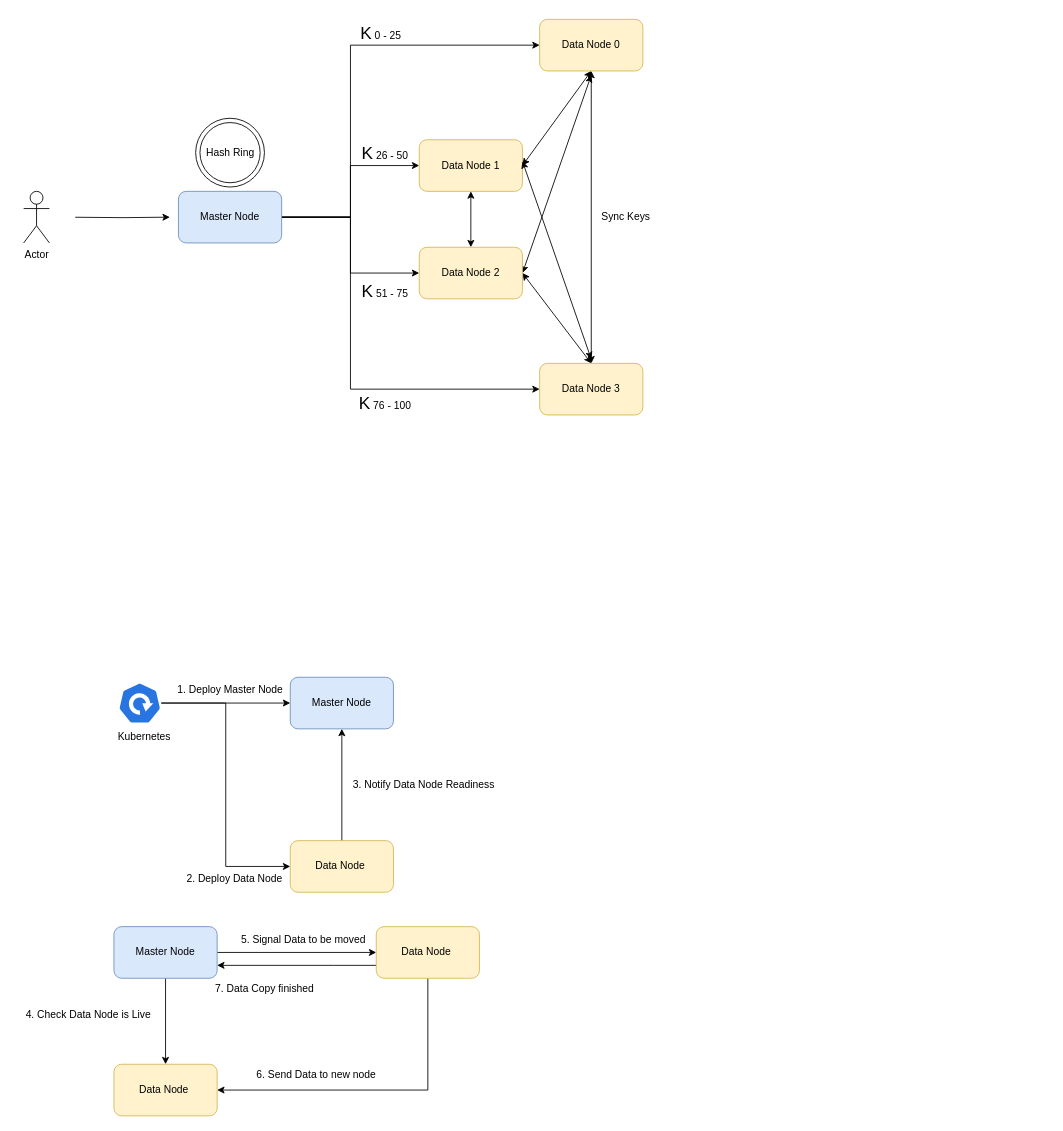
The draw.io diagram architecture/Master-Node.drawio in SouravDas25/distributed-cache, before the edit. Source tidied: cells renumbered, new cells numbered last; positions are measured from the earlier drawing's top-left corner, leaving out a move shared by most shapes. Both pictures are drawn from the tidied source at 86%, with x=0, y=0 at pixel (15, 15).
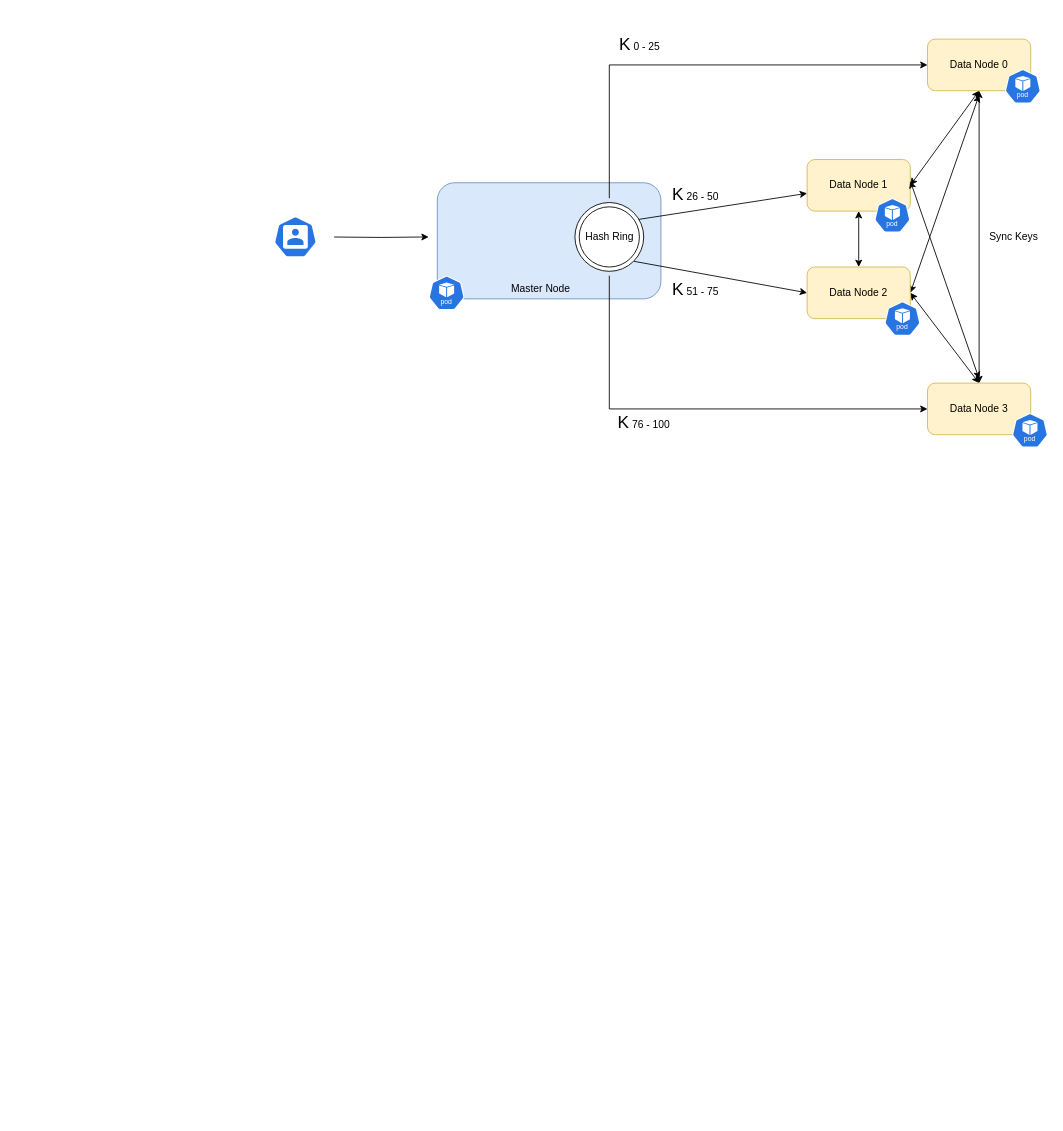
After the change.

Diff of the diagram source:
```diff
@@
-    <mxCell id="2" style="edgeStyle=orthogonalEdgeStyle;rounded=0;jettySize=auto;html=1;entryX=0;entryY=0.5;entryDx=0;entryDy=0;" parent="1" edge="1" source="6" target="9">
-      <mxGeometry relative="1" as="geometry">
-        <Array as="points">
-          <mxPoint x="390" y="235" />
-          <mxPoint x="390" y="35" />
-        </Array>
-      </mxGeometry>
-    </mxCell>
-    <mxCell id="3" style="edgeStyle=orthogonalEdgeStyle;rounded=0;jettySize=auto;html=1;entryX=0;entryY=0.5;entryDx=0;entryDy=0;" parent="1" edge="1" source="6" target="17">
-      <mxGeometry relative="1" as="geometry">
-        <Array as="points">
-          <mxPoint x="390" y="235" />
-          <mxPoint x="390" y="435" />
-        </Array>
-      </mxGeometry>
-    </mxCell>
+    <mxCell id="6" style="rounded=1;whiteSpace=wrap;html=1;fillColor=#dae8fc;strokeColor=#6c8ebf;" parent="1" vertex="1">
+      <mxGeometry x="491" y="195" width="260" height="135" as="geometry" />
+    </mxCell>
-    <mxCell id="4" style="edgeStyle=orthogonalEdgeStyle;rounded=0;jettySize=auto;html=1;" parent="1" edge="1" source="6" target="12">
+    <mxCell id="4" style="rounded=0;jettySize=auto;html=1;exitX=0.91;exitY=0.248;exitDx=0;exitDy=0;exitPerimeter=0;" parent="1" edge="1" source="24" target="12">
       <mxGeometry relative="1" as="geometry" />
     </mxCell>
-    <mxCell id="5" style="edgeStyle=orthogonalEdgeStyle;rounded=0;jettySize=auto;html=1;entryX=0;entryY=0.5;entryDx=0;entryDy=0;" parent="1" edge="1" source="6" target="14">
+    <mxCell id="5" style="rounded=0;jettySize=auto;html=1;entryX=0;entryY=0.5;entryDx=0;entryDy=0;exitX=1;exitY=1;exitDx=0;exitDy=0;" parent="1" edge="1" source="24" target="14">
       <mxGeometry relative="1" as="geometry" />
     </mxCell>
-    <mxCell id="6" value="Master Node" style="rounded=1;whiteSpace=wrap;html=1;fillColor=#dae8fc;strokeColor=#6c8ebf;" parent="1" vertex="1">
-      <mxGeometry x="190" y="205" width="120" height="60" as="geometry" />
-    </mxCell>
@@
     <mxCell id="8" style="rounded=0;jettySize=auto;html=1;entryX=1;entryY=0.5;entryDx=0;entryDy=0;startArrow=classic;startFill=1;" parent="1" edge="1" target="14">
       <mxGeometry relative="1" as="geometry">
-        <mxPoint x="670" y="70" as="sourcePoint" />
+        <mxPoint x="1121" y="93" as="sourcePoint" />
       </mxGeometry>
     </mxCell>
     <mxCell id="9" value="Data Node 0" style="rounded=1;whiteSpace=wrap;html=1;fillColor=#fff2cc;strokeColor=#d6b656;" parent="1" vertex="1">
-      <mxGeometry x="610" y="5" width="120" height="60" as="geometry" />
+      <mxGeometry x="1061" y="28" width="120" height="60" as="geometry" />
     </mxCell>
     <mxCell id="10" style="edgeStyle=orthogonalEdgeStyle;rounded=0;orthogonalLoop=1;jettySize=auto;html=1;" parent="1" edge="1">
       <mxGeometry relative="1" as="geometry">
-        <mxPoint x="70" y="235.1" as="sourcePoint" />
-        <mxPoint x="180" y="235" as="targetPoint" />
+        <mxPoint x="371" y="258.1" as="sourcePoint" />
+        <mxPoint x="481" y="258" as="targetPoint" />
       </mxGeometry>
     </mxCell>
@@
     <mxCell id="12" value="Data Node 1" style="rounded=1;whiteSpace=wrap;html=1;fillColor=#fff2cc;strokeColor=#d6b656;" parent="1" vertex="1">
-      <mxGeometry x="470" y="145" width="120" height="60" as="geometry" />
+      <mxGeometry x="921" y="168" width="120" height="60" as="geometry" />
     </mxCell>
@@
     <mxCell id="14" value="Data Node 2" style="rounded=1;whiteSpace=wrap;html=1;fillColor=#fff2cc;strokeColor=#d6b656;" parent="1" vertex="1">
-      <mxGeometry x="470" y="270" width="120" height="60" as="geometry" />
+      <mxGeometry x="921" y="293" width="120" height="60" as="geometry" />
     </mxCell>
     <mxCell id="15" style="rounded=0;orthogonalLoop=1;jettySize=auto;html=1;startArrow=classic;startFill=1;" parent="1" edge="1">
       <mxGeometry relative="1" as="geometry">
-        <mxPoint x="670" y="400" as="sourcePoint" />
-        <mxPoint x="590" y="170" as="targetPoint" />
+        <mxPoint x="1121" y="423" as="sourcePoint" />
+        <mxPoint x="1041" y="193" as="targetPoint" />
       </mxGeometry>
     </mxCell>
@@
     <mxCell id="17" value="Data Node 3" style="rounded=1;whiteSpace=wrap;html=1;fillColor=#fff2cc;strokeColor=#d6b656;" parent="1" vertex="1">
-      <mxGeometry x="610" y="405" width="120" height="60" as="geometry" />
+      <mxGeometry x="1061" y="428" width="120" height="60" as="geometry" />
     </mxCell>
     <mxCell id="18" value="&lt;font style=&quot;font-size: 20px;&quot;&gt;K&lt;/font&gt; 0 - 25" style="text;html=1;align=center;verticalAlign=middle;strokeColor=none;fillColor=none;" parent="1" vertex="1">
-      <mxGeometry x="390" width="70" height="40" as="geometry" />
+      <mxGeometry x="691" y="13" width="70" height="40" as="geometry" />
     </mxCell>
     <mxCell id="19" value="&lt;font style=&quot;font-size: 20px;&quot;&gt;K&lt;/font&gt;&amp;nbsp;26 - 50" style="text;html=1;align=center;verticalAlign=middle;strokeColor=none;fillColor=none;" parent="1" vertex="1">
-      <mxGeometry x="390" y="140" width="80" height="40" as="geometry" />
+      <mxGeometry x="751" y="188" width="80" height="40" as="geometry" />
     </mxCell>
     <mxCell id="20" value="&lt;font style=&quot;font-size: 20px;&quot;&gt;K&lt;/font&gt;&amp;nbsp;51 - 75" style="text;html=1;align=center;verticalAlign=middle;strokeColor=none;fillColor=none;" parent="1" vertex="1">
-      <mxGeometry x="390" y="300" width="80" height="40" as="geometry" />
+      <mxGeometry x="751" y="298" width="80" height="40" as="geometry" />
     </mxCell>
     <mxCell id="21" value="&lt;font style=&quot;font-size: 20px;&quot;&gt;K&lt;/font&gt;&amp;nbsp;76 - 100" style="text;html=1;align=center;verticalAlign=middle;strokeColor=none;fillColor=none;" parent="1" vertex="1">
-      <mxGeometry x="390" y="430" width="80" height="40" as="geometry" />
+      <mxGeometry x="691" y="453" width="80" height="40" as="geometry" />
     </mxCell>
     <mxCell id="22" value="Sync Keys" style="text;html=1;align=center;verticalAlign=middle;strokeColor=none;fillColor=none;" parent="1" vertex="1">
-      <mxGeometry x="670" y="220" width="80" height="30" as="geometry" />
+      <mxGeometry x="1121" y="243" width="80" height="30" as="geometry" />
     </mxCell>
-    <mxCell id="23" value="Actor" style="shape=umlActor;verticalLabelPosition=bottom;verticalAlign=top;html=1;" parent="1" vertex="1">
-      <mxGeometry x="10" y="205" width="30" height="60" as="geometry" />
-    </mxCell>
+    <mxCell id="48" style="group;" parent="1" vertex="1">
+      <mxGeometry x="651" y="218" width="80" height="80" as="geometry" />
+    </mxCell>
-    <mxCell id="24" style="ellipse;whiteSpace=wrap;html=1;" parent="1" vertex="1">
-      <mxGeometry x="210" y="120" width="80" height="80" as="geometry" />
+    <mxCell id="24" style="ellipse;whiteSpace=wrap;html=1;" parent="48" vertex="1">
+      <mxGeometry width="80" height="80" as="geometry" />
     </mxCell>
+    <mxCell id="49" style="edgeStyle=orthogonalEdgeStyle;rounded=0;jettySize=auto;html=1;entryX=0;entryY=0.5;entryDx=0;entryDy=0;" parent="1" edge="1" target="9">
+      <mxGeometry relative="1" as="geometry">
+        <mxPoint x="691" y="213" as="sourcePoint" />
+        <Array as="points">
+          <mxPoint x="691" y="58" />
+        </Array>
+      </mxGeometry>
+    </mxCell>
+    <mxCell id="50" style="edgeStyle=orthogonalEdgeStyle;rounded=0;jettySize=auto;html=1;entryX=0;entryY=0.5;entryDx=0;entryDy=0;" parent="1" edge="1" target="17">
+      <mxGeometry relative="1" as="geometry">
+        <mxPoint x="691" y="303" as="sourcePoint" />
+        <Array as="points">
+          <mxPoint x="691" y="458" />
+        </Array>
+      </mxGeometry>
+    </mxCell>
     <mxCell id="25" style="ellipse;whiteSpace=wrap;html=1;" parent="1" vertex="1">
-      <mxGeometry x="215" y="125" width="70" height="70" as="geometry" />
+      <mxGeometry x="656" y="223" width="70" height="70" as="geometry" />
     </mxCell>
     <mxCell id="26" value="Hash Ring" style="text;html=1;align=center;verticalAlign=middle;strokeColor=none;fillColor=none;" parent="1" vertex="1">
-      <mxGeometry x="210" y="145" width="80" height="30" as="geometry" />
+      <mxGeometry x="651" y="243" width="80" height="30" as="geometry" />
     </mxCell>
-    <mxCell id="27" value="Master Node" style="rounded=1;whiteSpace=wrap;html=1;fillColor=#dae8fc;strokeColor=#6c8ebf;" parent="1" vertex="1">
-      <mxGeometry x="320" y="770" width="120" height="60" as="geometry" />
-    </mxCell>
-    <mxCell id="28" style="edgeStyle=orthogonalEdgeStyle;rounded=0;jettySize=auto;html=1;entryX=0.5;entryY=1;entryDx=0;entryDy=0;" parent="1" edge="1" source="29" target="27">
-      <mxGeometry relative="1" as="geometry" />
-    </mxCell>
-    <mxCell id="29" value="Data Node&amp;nbsp;" style="rounded=1;whiteSpace=wrap;html=1;fillColor=#fff2cc;strokeColor=#d6b656;" parent="1" vertex="1">
-      <mxGeometry x="320" y="960" width="120" height="60" as="geometry" />
-    </mxCell>
-    <mxCell id="30" style="edgeStyle=orthogonalEdgeStyle;rounded=0;jettySize=auto;html=1;entryX=0;entryY=0.5;entryDx=0;entryDy=0;" parent="1" edge="1" source="32" target="27">
-      <mxGeometry relative="1" as="geometry" />
-    </mxCell>
-    <mxCell id="31" style="edgeStyle=orthogonalEdgeStyle;rounded=0;jettySize=auto;html=1;entryX=0;entryY=0.5;entryDx=0;entryDy=0;" parent="1" edge="1" source="32" target="29">
-      <mxGeometry relative="1" as="geometry" />
-    </mxCell>
-    <mxCell id="32" style="sketch=0;html=1;dashed=0;whitespace=wrap;fillColor=#2875E2;strokeColor=#ffffff;points=[[0.005,0.63,0],[0.1,0.2,0],[0.9,0.2,0],[0.5,0,0],[0.995,0.63,0],[0.72,0.99,0],[0.5,1,0],[0.28,0.99,0]];shape=mxgraph.kubernetes.icon2;prIcon=deploy;" parent="1" vertex="1">
-      <mxGeometry x="120" y="776" width="50" height="48" as="geometry" />
-    </mxCell>
-    <mxCell id="33" value="1. Deploy Master Node" style="text;html=1;align=center;verticalAlign=middle;strokeColor=none;fillColor=none;" parent="1" vertex="1">
-      <mxGeometry x="175" y="770" width="150" height="30" as="geometry" />
-    </mxCell>
-    <mxCell id="34" value="2. Deploy Data Node" style="text;html=1;align=center;verticalAlign=middle;strokeColor=none;fillColor=none;" parent="1" vertex="1">
-      <mxGeometry x="190" y="990" width="130" height="30" as="geometry" />
-    </mxCell>
-    <mxCell id="35" value="Kubernetes" style="text;html=1;align=center;verticalAlign=middle;strokeColor=none;fillColor=none;" parent="1" vertex="1">
-      <mxGeometry x="110" y="824" width="80" height="30" as="geometry" />
-    </mxCell>
-    <mxCell id="36" value="3. Notify Data Node Readiness" style="text;html=1;align=center;verticalAlign=middle;strokeColor=none;fillColor=none;" parent="1" vertex="1">
-      <mxGeometry x="380" y="880" width="190" height="30" as="geometry" />
-    </mxCell>
-    <mxCell id="37" style="edgeStyle=orthogonalEdgeStyle;rounded=0;jettySize=auto;html=1;" parent="1" edge="1" source="39" target="40">
-      <mxGeometry relative="1" as="geometry" />
-    </mxCell>
-    <mxCell id="38" style="edgeStyle=orthogonalEdgeStyle;rounded=0;jettySize=auto;html=1;entryX=0;entryY=0.5;entryDx=0;entryDy=0;" parent="1" edge="1" source="39" target="44">
-      <mxGeometry relative="1" as="geometry" />
-    </mxCell>
-    <mxCell id="39" value="Master Node" style="rounded=1;whiteSpace=wrap;html=1;fillColor=#dae8fc;strokeColor=#6c8ebf;" parent="1" vertex="1">
-      <mxGeometry x="115" y="1060" width="120" height="60" as="geometry" />
-    </mxCell>
-    <mxCell id="40" value="Data Node&amp;nbsp;" style="rounded=1;whiteSpace=wrap;html=1;fillColor=#fff2cc;strokeColor=#d6b656;" parent="1" vertex="1">
-      <mxGeometry x="115" y="1220" width="120" height="60" as="geometry" />
-    </mxCell>
-    <mxCell id="41" value="4. Check Data Node is Live" style="text;html=1;align=center;verticalAlign=middle;strokeColor=none;fillColor=none;" parent="1" vertex="1">
-      <mxGeometry y="1148" width="170" height="30" as="geometry" />
-    </mxCell>
-    <mxCell id="42" style="edgeStyle=orthogonalEdgeStyle;rounded=0;jettySize=auto;html=1;entryX=1;entryY=0.5;entryDx=0;entryDy=0;" parent="1" edge="1" source="44" target="40">
-      <mxGeometry relative="1" as="geometry">
-        <Array as="points">
-          <mxPoint x="480" y="1250" />
-        </Array>
-      </mxGeometry>
-    </mxCell>
-    <mxCell id="43" style="edgeStyle=orthogonalEdgeStyle;rounded=0;jettySize=auto;html=1;entryX=1;entryY=0.75;entryDx=0;entryDy=0;" parent="1" edge="1" source="44" target="39">
-      <mxGeometry relative="1" as="geometry">
-        <Array as="points">
-          <mxPoint x="370" y="1105" />
-          <mxPoint x="370" y="1105" />
-        </Array>
-      </mxGeometry>
-    </mxCell>
-    <mxCell id="44" value="Data Node&amp;nbsp;" style="rounded=1;whiteSpace=wrap;html=1;fillColor=#fff2cc;strokeColor=#d6b656;" parent="1" vertex="1">
-      <mxGeometry x="420" y="1060" width="120" height="60" as="geometry" />
-    </mxCell>
-    <mxCell id="45" value="5. Signal Data to be moved" style="text;html=1;align=center;verticalAlign=middle;strokeColor=none;fillColor=none;" parent="1" vertex="1">
-      <mxGeometry x="250" y="1060" width="170" height="30" as="geometry" />
-    </mxCell>
-    <mxCell id="46" value="6. Send Data to new node" style="text;html=1;align=center;verticalAlign=middle;strokeColor=none;fillColor=none;" parent="1" vertex="1">
-      <mxGeometry x="270" y="1218" width="160" height="30" as="geometry" />
-    </mxCell>
-    <mxCell id="47" value="7. Data Copy finished" style="text;html=1;align=center;verticalAlign=middle;strokeColor=none;fillColor=none;" parent="1" vertex="1">
-      <mxGeometry x="220" y="1118" width="140" height="30" as="geometry" />
-    </mxCell>
+    <mxCell id="51" style="sketch=0;html=1;dashed=0;whitespace=wrap;fillColor=#2875E2;strokeColor=#ffffff;shape=mxgraph.kubernetes.icon2;kubernetesLabel=1;prIcon=pod;" parent="1" vertex="1">
+      <mxGeometry x="1151" y="63" width="41.7" height="40" as="geometry" />
+    </mxCell>
+    <mxCell id="52" style="sketch=0;html=1;dashed=0;whitespace=wrap;fillColor=#2875E2;strokeColor=#ffffff;shape=mxgraph.kubernetes.icon2;kubernetesLabel=1;prIcon=pod;" parent="1" vertex="1">
+      <mxGeometry x="999.3" y="213" width="41.7" height="40" as="geometry" />
+    </mxCell>
+    <mxCell id="53" style="sketch=0;html=1;dashed=0;whitespace=wrap;fillColor=#2875E2;strokeColor=#ffffff;shape=mxgraph.kubernetes.icon2;kubernetesLabel=1;prIcon=pod;" parent="1" vertex="1">
+      <mxGeometry x="1011" y="333" width="41.7" height="40" as="geometry" />
+    </mxCell>
+    <mxCell id="54" style="sketch=0;html=1;dashed=0;whitespace=wrap;fillColor=#2875E2;strokeColor=#ffffff;shape=mxgraph.kubernetes.icon2;kubernetesLabel=1;prIcon=pod;" parent="1" vertex="1">
+      <mxGeometry x="1159.3" y="463" width="41.7" height="40" as="geometry" />
+    </mxCell>
+    <mxCell id="55" value="Master Node" style="text;html=1;align=center;verticalAlign=middle;strokeColor=none;fillColor=none;" parent="1" vertex="1">
+      <mxGeometry x="566" y="303" width="90" height="30" as="geometry" />
+    </mxCell>
+    <mxCell id="56" style="sketch=0;html=1;dashed=0;whitespace=wrap;fillColor=#2875E2;strokeColor=#ffffff;shape=mxgraph.kubernetes.icon2;kubernetesLabel=1;prIcon=pod;" parent="1" vertex="1">
+      <mxGeometry x="481" y="303" width="41.7" height="40" as="geometry" />
+    </mxCell>
+    <mxCell id="57" style="sketch=0;html=1;dashed=0;whitespace=wrap;fillColor=#2875E2;strokeColor=#ffffff;shape=mxgraph.kubernetes.icon2;prIcon=user;" parent="1" vertex="1">
+      <mxGeometry x="301" y="234" width="50" height="48" as="geometry" />
+    </mxCell>
```
